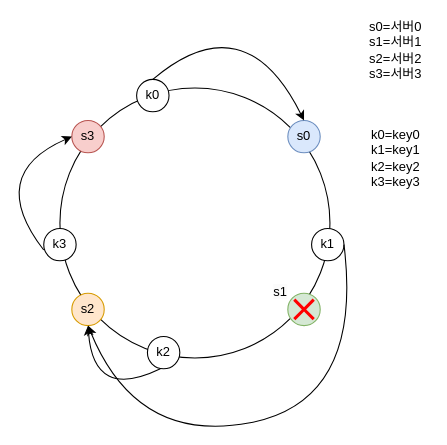
Before: 해시서버제거.drawio in aquaheyday/Drawio, a draw.io diagram. Source tidied: cells renumbered, new cells numbered last; positions are measured from the earlier drawing's top-left corner, leaving out a move shared by most shapes. Both pictures are drawn from the tidied source at 108%, with x=0, y=0 at pixel (-15, 1).
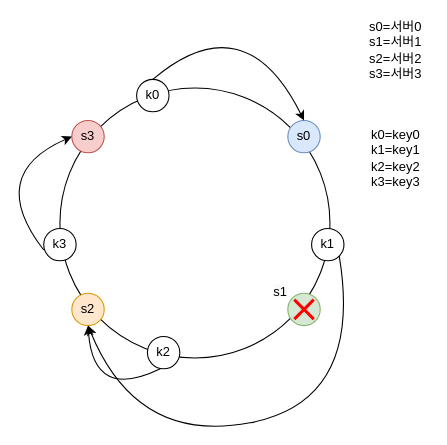
After the change.

Commit message (it also covers changes not shown here):
해시서버제거.drawio 업데이트

Unchanged cells that the change refers to:
```xml
<mxCell id="4" value="s2" style="ellipse;whiteSpace=wrap;html=1;fillColor=#ffe6cc;strokeColor=#d79b00;" parent="1" vertex="1">
  <mxGeometry x="80" y="270" width="30" height="30" as="geometry" />
</mxCell>
<mxCell id="9" value="k1" style="ellipse;whiteSpace=wrap;html=1;" parent="1" vertex="1">
  <mxGeometry x="302" y="210" width="30" height="30" as="geometry" />
</mxCell>
```

The edit, as a diff of the source:
```diff
@@
-    <mxCell id="14" style="endArrow=classic;html=1;rounded=0;curved=1;entryX=0.5;entryY=1;entryDx=0;entryDy=0;exitX=1;exitY=0.5;exitDx=0;exitDy=0;" parent="1" edge="1" source="9" target="4">
+    <mxCell id="14" style="endArrow=classic;html=1;rounded=0;curved=1;entryX=0.5;entryY=1;entryDx=0;entryDy=0;exitX=1;exitY=1;exitDx=0;exitDy=0;" parent="1" edge="1" source="9" target="4">
       <mxGeometry relative="1" as="geometry">
         <Array as="points">
           <mxPoint x="350" y="370" />
           <mxPoint x="140" y="410" />
         </Array>
       </mxGeometry>
     </mxCell>
```
